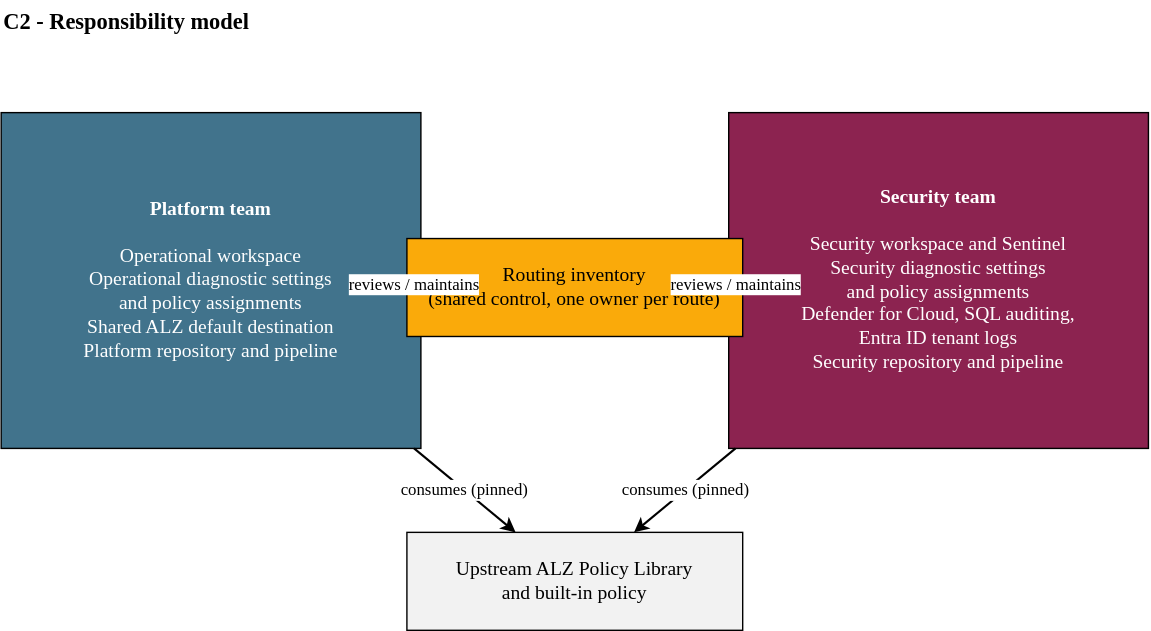
NikolaiKleppe/alz-diagnostic-log-design keeps this draw.io diagram as design/diagrams/C2-responsibility-model.svg. Above is the earlier version. Source tidied: cells renumbered, new cells last; positions are measured from the earlier drawing's top-left corner, leaving out a move shared by most shapes.
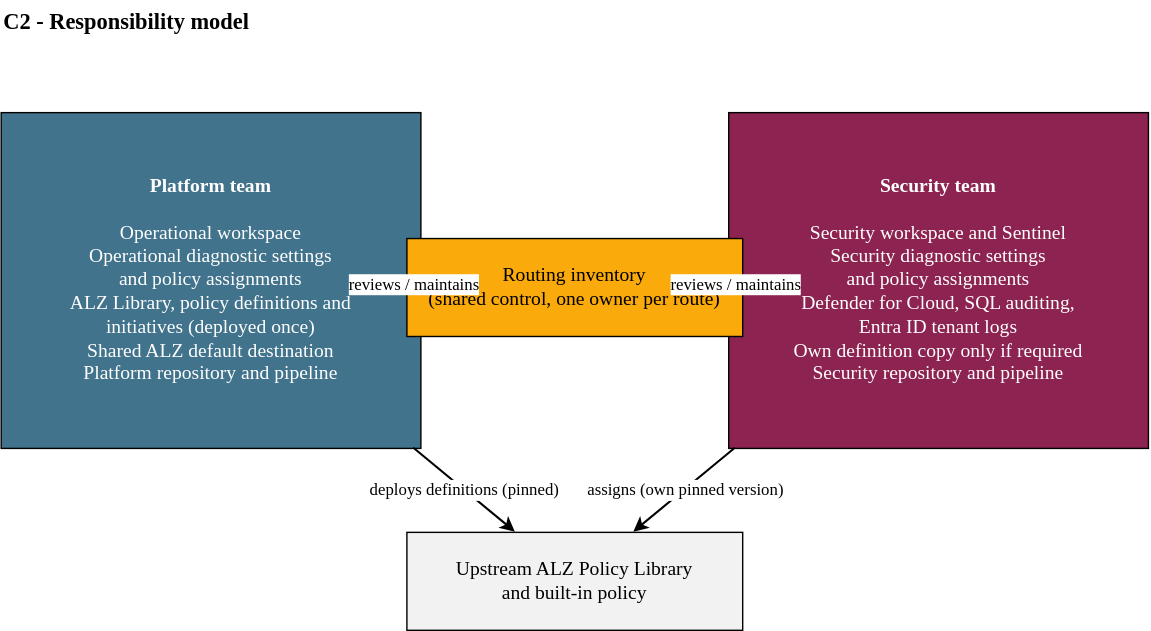
The same file after the commit.

Commit message:
feat(docs): clarify ownership and deployment of ALZ Library (#3)

The edit, as a diff of the source:
```diff
@@ -5,10 +5,10 @@
     <mxCell id="2" value="C2 - Responsibility model" style="text;html=1;align=left;verticalAlign=middle;fontFamily=Calibri;fontSize=16;fontStyle=1;fontColor=#000000;" parent="1" vertex="1">
       <mxGeometry width="800" height="30" as="geometry" />
     </mxCell>
-    <mxCell id="3" value="&lt;b&gt;Platform team&lt;/b&gt;&lt;br&gt;&lt;br&gt;Operational workspace&lt;br&gt;Operational diagnostic settings&lt;br&gt;and policy assignments&lt;br&gt;Shared ALZ default destination&lt;br&gt;Platform repository and pipeline" style="rounded=0;whiteSpace=wrap;html=1;fillColor=#41738C;strokeColor=#000000;fontColor=#FFFFFF;fontFamily=Calibri;fontSize=14;" parent="1" vertex="1">
+    <mxCell id="3" value="&lt;b&gt;Platform team&lt;/b&gt;&lt;br&gt;&lt;br&gt;Operational workspace&lt;br&gt;Operational diagnostic settings&lt;br&gt;and policy assignments&lt;br&gt;ALZ Library, policy definitions and&lt;br&gt;initiatives (deployed once)&lt;br&gt;Shared ALZ default destination&lt;br&gt;Platform repository and pipeline" style="rounded=0;whiteSpace=wrap;html=1;fillColor=#41738C;strokeColor=#000000;fontColor=#FFFFFF;fontFamily=Calibri;fontSize=14;" parent="1" vertex="1">
       <mxGeometry y="80" width="300" height="240" as="geometry" />
     </mxCell>
-    <mxCell id="4" value="&lt;b&gt;Security team&lt;/b&gt;&lt;br&gt;&lt;br&gt;Security workspace and Sentinel&lt;br&gt;Security diagnostic settings&lt;br&gt;and policy assignments&lt;br&gt;Defender for Cloud, SQL auditing,&lt;br&gt;Entra ID tenant logs&lt;br&gt;Security repository and pipeline" style="rounded=0;whiteSpace=wrap;html=1;fillColor=#8C2350;strokeColor=#000000;fontColor=#FFFFFF;fontFamily=Calibri;fontSize=14;" parent="1" vertex="1">
+    <mxCell id="4" value="&lt;b&gt;Security team&lt;/b&gt;&lt;br&gt;&lt;br&gt;Security workspace and Sentinel&lt;br&gt;Security diagnostic settings&lt;br&gt;and policy assignments&lt;br&gt;Defender for Cloud, SQL auditing,&lt;br&gt;Entra ID tenant logs&lt;br&gt;Own definition copy only if required&lt;br&gt;Security repository and pipeline" style="rounded=0;whiteSpace=wrap;html=1;fillColor=#8C2350;strokeColor=#000000;fontColor=#FFFFFF;fontFamily=Calibri;fontSize=14;" parent="1" vertex="1">
       <mxGeometry x="520" y="80" width="300" height="240" as="geometry" />
     </mxCell>
     <mxCell id="5" value="Upstream ALZ Policy Library&#10;and built-in policy" style="rounded=0;whiteSpace=wrap;html=1;fillColor=#F2F2F2;strokeColor=#000000;fontFamily=Calibri;fontSize=14;" parent="1" vertex="1">
@@ -23,10 +23,10 @@
     <mxCell id="8" value="reviews / maintains" style="endArrow=classic;startArrow=classic;html=1;strokeColor=#000000;strokeWidth=1.5;fontFamily=Calibri;fontSize=12;" parent="1" edge="1" source="4" target="6">
       <mxGeometry relative="1" as="geometry" />
     </mxCell>
-    <mxCell id="9" value="consumes (pinned)" style="endArrow=classic;html=1;strokeColor=#000000;strokeWidth=1.5;fontFamily=Calibri;fontSize=12;" parent="1" edge="1" source="3" target="5">
+    <mxCell id="9" value="deploys definitions (pinned)" style="endArrow=classic;html=1;strokeColor=#000000;strokeWidth=1.5;fontFamily=Calibri;fontSize=12;" parent="1" edge="1" source="3" target="5">
       <mxGeometry relative="1" as="geometry" />
     </mxCell>
-    <mxCell id="10" value="consumes (pinned)" style="endArrow=classic;html=1;strokeColor=#000000;strokeWidth=1.5;fontFamily=Calibri;fontSize=12;" parent="1" edge="1" source="4" target="5">
+    <mxCell id="10" value="assigns (own pinned version)" style="endArrow=classic;html=1;strokeColor=#000000;strokeWidth=1.5;fontFamily=Calibri;fontSize=12;" parent="1" edge="1" source="4" target="5">
       <mxGeometry relative="1" as="geometry" />
     </mxCell>
   </root>
```
